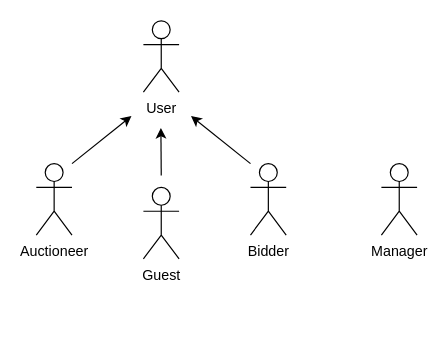
Earlier version of the draw.io diagram assets/A2.drawio (Miggs7/FEUP--LBAW). Source tidied: cells renumbered, new cells numbered last; positions are measured from the earlier drawing's top-left corner, leaving out a move shared by most shapes. Both pictures are drawn from the tidied source at 119%, with x=0, y=0 at pixel (36, 20).
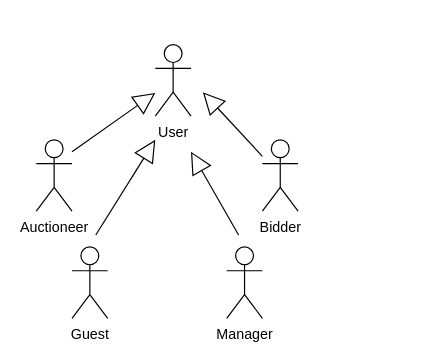
The same page after the edit.

Change to the diagram source:
```diff
@@
 <mxGraphModel>
   <root>
     <mxCell id="0" />
     <mxCell id="1" parent="0" />
     <mxCell id="2" value="User" style="shape=umlActor;verticalLabelPosition=bottom;verticalAlign=top;html=1;outlineConnect=0;" parent="1" vertex="1">
-      <mxGeometry x="90" width="30" height="60" as="geometry" />
+      <mxGeometry x="100" y="20" width="30" height="60" as="geometry" />
     </mxCell>
     <mxCell id="3" value="Auctioneer" style="shape=umlActor;verticalLabelPosition=bottom;verticalAlign=top;html=1;" parent="1" vertex="1">
-      <mxGeometry y="120" width="30" height="60" as="geometry" />
+      <mxGeometry y="100" width="30" height="60" as="geometry" />
     </mxCell>
     <mxCell id="4" value="Bidder" style="shape=umlActor;verticalLabelPosition=bottom;verticalAlign=top;html=1;outlineConnect=0;" parent="1" vertex="1">
-      <mxGeometry x="180" y="120" width="30" height="60" as="geometry" />
+      <mxGeometry x="190" y="100" width="30" height="60" as="geometry" />
     </mxCell>
-    <mxCell id="5" style="endArrow=classic;html=1;rounded=0;" parent="1" edge="1">
-      <mxGeometry relative="1" as="geometry">
-        <mxPoint x="30" y="120" as="sourcePoint" />
-        <mxPoint x="80" y="80" as="targetPoint" />
-      </mxGeometry>
-    </mxCell>
-    <mxCell id="6" style="endArrow=classic;html=1;rounded=0;" parent="1" edge="1">
-      <mxGeometry relative="1" as="geometry">
-        <mxPoint x="180" y="120" as="sourcePoint" />
-        <mxPoint x="130" y="80" as="targetPoint" />
-      </mxGeometry>
-    </mxCell>
-    <mxCell id="7" style="endArrow=classic;html=1;rounded=0;" parent="1" edge="1">
-      <mxGeometry relative="1" as="geometry">
-        <mxPoint x="105" y="130" as="sourcePoint" />
-        <mxPoint x="104.7" y="90" as="targetPoint" />
-        <Array as="points">
-          <mxPoint x="104.7" y="130" />
-        </Array>
-      </mxGeometry>
-    </mxCell>
     <mxCell id="8" value="Guest" style="shape=umlActor;verticalLabelPosition=bottom;verticalAlign=top;html=1;" parent="1" vertex="1">
-      <mxGeometry x="90" y="140" width="30" height="60" as="geometry" />
+      <mxGeometry x="30" y="190" width="30" height="60" as="geometry" />
     </mxCell>
     <mxCell id="9" value="Manager" style="shape=umlActor;verticalLabelPosition=bottom;verticalAlign=top;html=1;" parent="1" vertex="1">
-      <mxGeometry x="290" y="120" width="30" height="60" as="geometry" />
+      <mxGeometry x="160" y="190" width="30" height="60" as="geometry" />
     </mxCell>
+    <mxCell id="10" style="endArrow=block;endSize=16;endFill=0;html=1;rounded=0;" parent="1" edge="1" target="2">
+      <mxGeometry relative="1" as="geometry">
+        <mxPoint x="30" y="110" as="sourcePoint" />
+      </mxGeometry>
+    </mxCell>
+    <mxCell id="11" style="endArrow=block;endSize=16;endFill=0;html=1;rounded=0;" parent="1" edge="1">
+      <mxGeometry relative="1" as="geometry">
+        <mxPoint x="50" y="180" as="sourcePoint" />
+        <mxPoint x="100" y="100" as="targetPoint" />
+      </mxGeometry>
+    </mxCell>
+    <mxCell id="12" style="endArrow=block;endSize=16;endFill=0;html=1;rounded=0;" parent="1" edge="1">
+      <mxGeometry relative="1" as="geometry">
+        <mxPoint x="170" y="180" as="sourcePoint" />
+        <mxPoint x="130" y="110" as="targetPoint" />
+      </mxGeometry>
+    </mxCell>
+    <mxCell id="13" style="endArrow=block;endSize=16;endFill=0;html=1;rounded=0;" parent="1" edge="1" source="4">
+      <mxGeometry relative="1" as="geometry">
+        <mxPoint x="140" y="60" as="targetPoint" />
+      </mxGeometry>
+    </mxCell>
   </root>
 </mxGraphModel>
```
